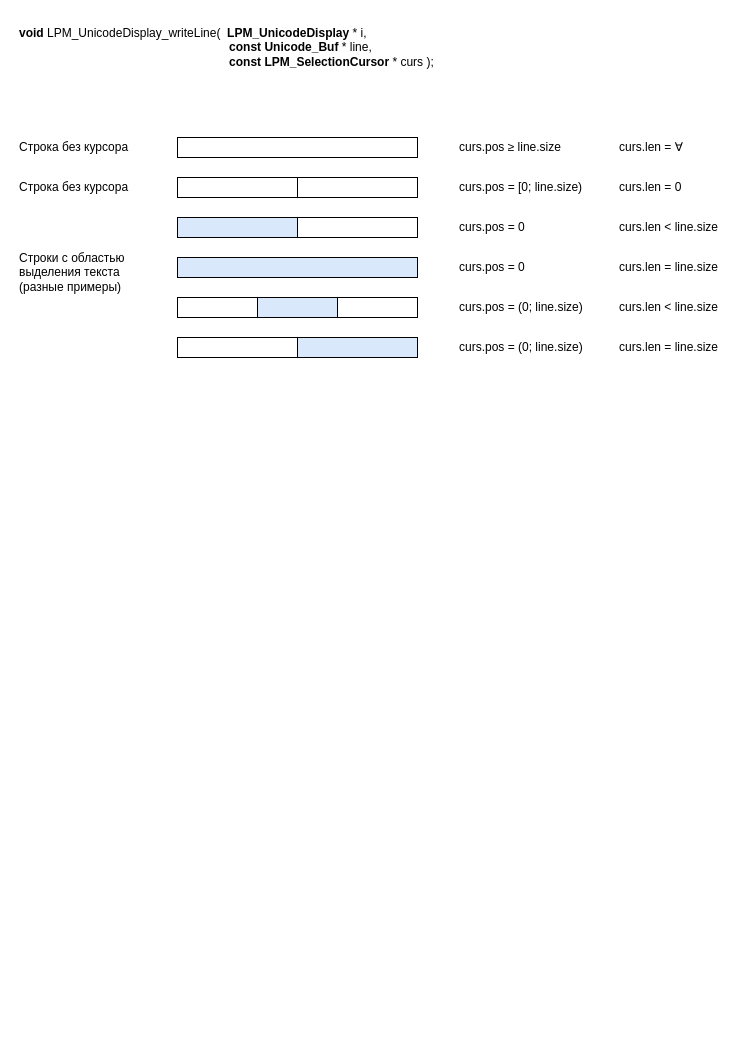
The draw.io diagram page "Обновление строки" (6 of 6) of _Doc/LPM_class_component_diagram.drawio in Teslatec/LPM_Editor, before the edit. Source tidied: cells renumbered, new cells numbered last; positions are measured from the earlier drawing's top-left corner, leaving out a move shared by most shapes. Both pictures are drawn from the tidied source at 100%, with x=0, y=0 at pixel (17, 17).
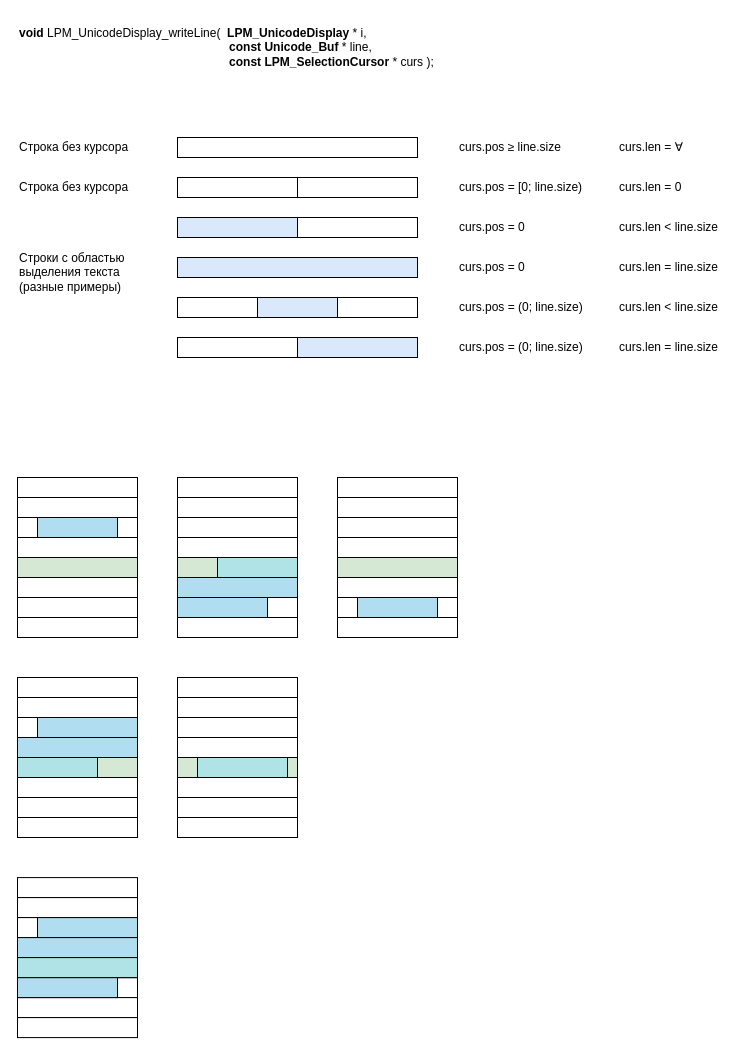
The same diagram, later.

Change to the diagram source:
```diff
@@
+    <mxCell id="29" style="rounded=0;whiteSpace=wrap;html=1;" parent="1" vertex="1">
+      <mxGeometry y="460" width="120" height="20" as="geometry" />
+    </mxCell>
+    <mxCell id="30" style="rounded=0;whiteSpace=wrap;html=1;" parent="1" vertex="1">
+      <mxGeometry y="480" width="120" height="20" as="geometry" />
+    </mxCell>
+    <mxCell id="31" style="rounded=0;whiteSpace=wrap;html=1;" parent="1" vertex="1">
+      <mxGeometry y="500" width="120" height="20" as="geometry" />
+    </mxCell>
+    <mxCell id="32" style="rounded=0;whiteSpace=wrap;html=1;" parent="1" vertex="1">
+      <mxGeometry y="520" width="120" height="20" as="geometry" />
+    </mxCell>
+    <mxCell id="33" style="rounded=0;whiteSpace=wrap;html=1;" parent="1" vertex="1">
+      <mxGeometry y="540" width="120" height="20" as="geometry" />
+    </mxCell>
+    <mxCell id="34" style="rounded=0;whiteSpace=wrap;html=1;" parent="1" vertex="1">
+      <mxGeometry y="560" width="120" height="20" as="geometry" />
+    </mxCell>
+    <mxCell id="35" style="rounded=0;whiteSpace=wrap;html=1;" parent="1" vertex="1">
+      <mxGeometry y="580" width="120" height="20" as="geometry" />
+    </mxCell>
+    <mxCell id="36" style="rounded=0;whiteSpace=wrap;html=1;" parent="1" vertex="1">
+      <mxGeometry y="600" width="120" height="20" as="geometry" />
+    </mxCell>
+    <mxCell id="37" style="rounded=0;whiteSpace=wrap;html=1;fillColor=#d5e8d4;strokeColor=#000000;" parent="1" vertex="1">
+      <mxGeometry y="540" width="120" height="20" as="geometry" />
+    </mxCell>
+    <mxCell id="38" style="rounded=0;whiteSpace=wrap;html=1;fillColor=#b1ddf0;strokeColor=#000000;" parent="1" vertex="1">
+      <mxGeometry x="20" y="500" width="80" height="20" as="geometry" />
+    </mxCell>
+    <mxCell id="39" style="rounded=0;whiteSpace=wrap;html=1;" parent="1" vertex="1">
+      <mxGeometry x="320" y="460" width="120" height="20" as="geometry" />
+    </mxCell>
+    <mxCell id="40" style="rounded=0;whiteSpace=wrap;html=1;" parent="1" vertex="1">
+      <mxGeometry x="320" y="480" width="120" height="20" as="geometry" />
+    </mxCell>
+    <mxCell id="41" style="rounded=0;whiteSpace=wrap;html=1;" parent="1" vertex="1">
+      <mxGeometry x="320" y="500" width="120" height="20" as="geometry" />
+    </mxCell>
+    <mxCell id="42" style="rounded=0;whiteSpace=wrap;html=1;" parent="1" vertex="1">
+      <mxGeometry x="320" y="520" width="120" height="20" as="geometry" />
+    </mxCell>
+    <mxCell id="43" style="rounded=0;whiteSpace=wrap;html=1;" parent="1" vertex="1">
+      <mxGeometry x="320" y="540" width="120" height="20" as="geometry" />
+    </mxCell>
+    <mxCell id="44" style="rounded=0;whiteSpace=wrap;html=1;" parent="1" vertex="1">
+      <mxGeometry x="320" y="560" width="120" height="20" as="geometry" />
+    </mxCell>
+    <mxCell id="45" style="rounded=0;whiteSpace=wrap;html=1;" parent="1" vertex="1">
+      <mxGeometry x="320" y="580" width="120" height="20" as="geometry" />
+    </mxCell>
+    <mxCell id="46" style="rounded=0;whiteSpace=wrap;html=1;" parent="1" vertex="1">
+      <mxGeometry x="320" y="600" width="120" height="20" as="geometry" />
+    </mxCell>
+    <mxCell id="47" style="rounded=0;whiteSpace=wrap;html=1;fillColor=#d5e8d4;strokeColor=#000000;" parent="1" vertex="1">
+      <mxGeometry x="320" y="540" width="120" height="20" as="geometry" />
+    </mxCell>
+    <mxCell id="48" style="rounded=0;whiteSpace=wrap;html=1;fillColor=#b1ddf0;strokeColor=#000000;" parent="1" vertex="1">
+      <mxGeometry x="340" y="580" width="80" height="20" as="geometry" />
+    </mxCell>
+    <mxCell id="49" style="rounded=0;whiteSpace=wrap;html=1;" parent="1" vertex="1">
+      <mxGeometry y="860.1" width="120" height="20" as="geometry" />
+    </mxCell>
+    <mxCell id="50" style="rounded=0;whiteSpace=wrap;html=1;" parent="1" vertex="1">
+      <mxGeometry y="880.1" width="120" height="20" as="geometry" />
+    </mxCell>
+    <mxCell id="51" style="rounded=0;whiteSpace=wrap;html=1;" parent="1" vertex="1">
+      <mxGeometry y="900.1" width="120" height="20" as="geometry" />
+    </mxCell>
+    <mxCell id="52" style="rounded=0;whiteSpace=wrap;html=1;" parent="1" vertex="1">
+      <mxGeometry y="920.1" width="120" height="20" as="geometry" />
+    </mxCell>
+    <mxCell id="53" style="rounded=0;whiteSpace=wrap;html=1;" parent="1" vertex="1">
+      <mxGeometry y="940.1" width="120" height="20" as="geometry" />
+    </mxCell>
+    <mxCell id="54" style="rounded=0;whiteSpace=wrap;html=1;" parent="1" vertex="1">
+      <mxGeometry y="960.1" width="120" height="20" as="geometry" />
+    </mxCell>
+    <mxCell id="55" style="rounded=0;whiteSpace=wrap;html=1;" parent="1" vertex="1">
+      <mxGeometry y="980.1" width="120" height="20" as="geometry" />
+    </mxCell>
+    <mxCell id="56" style="rounded=0;whiteSpace=wrap;html=1;" parent="1" vertex="1">
+      <mxGeometry y="1000.1" width="120" height="20" as="geometry" />
+    </mxCell>
+    <mxCell id="57" style="rounded=0;whiteSpace=wrap;html=1;fillColor=#d5e8d4;strokeColor=#000000;" parent="1" vertex="1">
+      <mxGeometry y="940.1" width="120" height="20" as="geometry" />
+    </mxCell>
+    <mxCell id="58" style="rounded=0;whiteSpace=wrap;html=1;fillColor=#b1ddf0;strokeColor=#000000;" parent="1" vertex="1">
+      <mxGeometry x="20" y="900.1" width="100" height="20" as="geometry" />
+    </mxCell>
+    <mxCell id="59" style="rounded=0;whiteSpace=wrap;html=1;fillColor=#b1ddf0;strokeColor=#000000;" parent="1" vertex="1">
+      <mxGeometry y="920.1" width="120" height="20" as="geometry" />
+    </mxCell>
+    <mxCell id="60" style="rounded=0;whiteSpace=wrap;html=1;fillColor=#b1ddf0;strokeColor=#000000;" parent="1" vertex="1">
+      <mxGeometry y="960.1" width="100" height="20" as="geometry" />
+    </mxCell>
+    <mxCell id="61" style="rounded=0;whiteSpace=wrap;html=1;fillColor=#b0e3e6;strokeColor=#000000;" parent="1" vertex="1">
+      <mxGeometry y="940.1" width="120" height="20" as="geometry" />
+    </mxCell>
+    <mxCell id="62" style="rounded=0;whiteSpace=wrap;html=1;" parent="1" vertex="1">
+      <mxGeometry y="660" width="120" height="20" as="geometry" />
+    </mxCell>
+    <mxCell id="63" style="rounded=0;whiteSpace=wrap;html=1;" parent="1" vertex="1">
+      <mxGeometry y="680" width="120" height="20" as="geometry" />
+    </mxCell>
+    <mxCell id="64" style="rounded=0;whiteSpace=wrap;html=1;" parent="1" vertex="1">
+      <mxGeometry y="700" width="120" height="20" as="geometry" />
+    </mxCell>
+    <mxCell id="65" style="rounded=0;whiteSpace=wrap;html=1;" parent="1" vertex="1">
+      <mxGeometry y="720" width="120" height="20" as="geometry" />
+    </mxCell>
+    <mxCell id="66" style="rounded=0;whiteSpace=wrap;html=1;" parent="1" vertex="1">
+      <mxGeometry y="740" width="120" height="20" as="geometry" />
+    </mxCell>
+    <mxCell id="67" style="rounded=0;whiteSpace=wrap;html=1;" parent="1" vertex="1">
+      <mxGeometry y="760" width="120" height="20" as="geometry" />
+    </mxCell>
+    <mxCell id="68" style="rounded=0;whiteSpace=wrap;html=1;" parent="1" vertex="1">
+      <mxGeometry y="780" width="120" height="20" as="geometry" />
+    </mxCell>
+    <mxCell id="69" style="rounded=0;whiteSpace=wrap;html=1;" parent="1" vertex="1">
+      <mxGeometry y="800" width="120" height="20" as="geometry" />
+    </mxCell>
+    <mxCell id="70" style="rounded=0;whiteSpace=wrap;html=1;fillColor=#d5e8d4;strokeColor=#000000;" parent="1" vertex="1">
+      <mxGeometry y="740" width="120" height="20" as="geometry" />
+    </mxCell>
+    <mxCell id="71" style="rounded=0;whiteSpace=wrap;html=1;fillColor=#b1ddf0;strokeColor=#000000;" parent="1" vertex="1">
+      <mxGeometry x="20" y="700" width="100" height="20" as="geometry" />
+    </mxCell>
+    <mxCell id="72" style="rounded=0;whiteSpace=wrap;html=1;fillColor=#b1ddf0;strokeColor=#000000;" parent="1" vertex="1">
+      <mxGeometry y="720" width="120" height="20" as="geometry" />
+    </mxCell>
+    <mxCell id="73" style="rounded=0;whiteSpace=wrap;html=1;fillColor=#b0e3e6;strokeColor=#000000;" parent="1" vertex="1">
+      <mxGeometry y="740" width="80" height="20" as="geometry" />
+    </mxCell>
+    <mxCell id="74" style="rounded=0;whiteSpace=wrap;html=1;" parent="1" vertex="1">
+      <mxGeometry x="160" y="460" width="120" height="20" as="geometry" />
+    </mxCell>
+    <mxCell id="75" style="rounded=0;whiteSpace=wrap;html=1;" parent="1" vertex="1">
+      <mxGeometry x="160" y="480" width="120" height="20" as="geometry" />
+    </mxCell>
+    <mxCell id="76" style="rounded=0;whiteSpace=wrap;html=1;" parent="1" vertex="1">
+      <mxGeometry x="160" y="500" width="120" height="20" as="geometry" />
+    </mxCell>
+    <mxCell id="77" style="rounded=0;whiteSpace=wrap;html=1;" parent="1" vertex="1">
+      <mxGeometry x="160" y="520" width="120" height="20" as="geometry" />
+    </mxCell>
+    <mxCell id="78" style="rounded=0;whiteSpace=wrap;html=1;" parent="1" vertex="1">
+      <mxGeometry x="160" y="540" width="120" height="20" as="geometry" />
+    </mxCell>
+    <mxCell id="79" style="rounded=0;whiteSpace=wrap;html=1;" parent="1" vertex="1">
+      <mxGeometry x="160" y="560" width="120" height="20" as="geometry" />
+    </mxCell>
+    <mxCell id="80" style="rounded=0;whiteSpace=wrap;html=1;" parent="1" vertex="1">
+      <mxGeometry x="160" y="580" width="120" height="20" as="geometry" />
+    </mxCell>
+    <mxCell id="81" style="rounded=0;whiteSpace=wrap;html=1;" parent="1" vertex="1">
+      <mxGeometry x="160" y="600" width="120" height="20" as="geometry" />
+    </mxCell>
+    <mxCell id="82" style="rounded=0;whiteSpace=wrap;html=1;fillColor=#d5e8d4;strokeColor=#000000;" parent="1" vertex="1">
+      <mxGeometry x="160" y="540" width="120" height="20" as="geometry" />
+    </mxCell>
+    <mxCell id="83" style="rounded=0;whiteSpace=wrap;html=1;fillColor=#b1ddf0;strokeColor=#000000;" parent="1" vertex="1">
+      <mxGeometry x="160" y="580" width="90" height="20" as="geometry" />
+    </mxCell>
+    <mxCell id="84" style="rounded=0;whiteSpace=wrap;html=1;fillColor=#b1ddf0;strokeColor=#000000;" parent="1" vertex="1">
+      <mxGeometry x="160" y="560" width="120" height="20" as="geometry" />
+    </mxCell>
+    <mxCell id="85" style="rounded=0;whiteSpace=wrap;html=1;fillColor=#b0e3e6;strokeColor=#000000;" parent="1" vertex="1">
+      <mxGeometry x="200" y="540" width="80" height="20" as="geometry" />
+    </mxCell>
+    <mxCell id="86" style="rounded=0;whiteSpace=wrap;html=1;" parent="1" vertex="1">
+      <mxGeometry x="160" y="660" width="120" height="20" as="geometry" />
+    </mxCell>
+    <mxCell id="87" style="rounded=0;whiteSpace=wrap;html=1;" parent="1" vertex="1">
+      <mxGeometry x="160" y="680" width="120" height="20" as="geometry" />
+    </mxCell>
+    <mxCell id="88" style="rounded=0;whiteSpace=wrap;html=1;" parent="1" vertex="1">
+      <mxGeometry x="160" y="700" width="120" height="20" as="geometry" />
+    </mxCell>
+    <mxCell id="89" style="rounded=0;whiteSpace=wrap;html=1;" parent="1" vertex="1">
+      <mxGeometry x="160" y="720" width="120" height="20" as="geometry" />
+    </mxCell>
+    <mxCell id="90" style="rounded=0;whiteSpace=wrap;html=1;" parent="1" vertex="1">
+      <mxGeometry x="160" y="740" width="120" height="20" as="geometry" />
+    </mxCell>
+    <mxCell id="91" style="rounded=0;whiteSpace=wrap;html=1;" parent="1" vertex="1">
+      <mxGeometry x="160" y="760" width="120" height="20" as="geometry" />
+    </mxCell>
+    <mxCell id="92" style="rounded=0;whiteSpace=wrap;html=1;" parent="1" vertex="1">
+      <mxGeometry x="160" y="780" width="120" height="20" as="geometry" />
+    </mxCell>
+    <mxCell id="93" style="rounded=0;whiteSpace=wrap;html=1;" parent="1" vertex="1">
+      <mxGeometry x="160" y="800" width="120" height="20" as="geometry" />
+    </mxCell>
+    <mxCell id="94" style="rounded=0;whiteSpace=wrap;html=1;fillColor=#d5e8d4;strokeColor=#000000;" parent="1" vertex="1">
+      <mxGeometry x="160" y="740" width="120" height="20" as="geometry" />
+    </mxCell>
+    <mxCell id="95" style="rounded=0;whiteSpace=wrap;html=1;fillColor=#b0e3e6;strokeColor=#000000;" parent="1" vertex="1">
+      <mxGeometry x="180" y="740" width="90" height="20" as="geometry" />
+    </mxCell>
```
